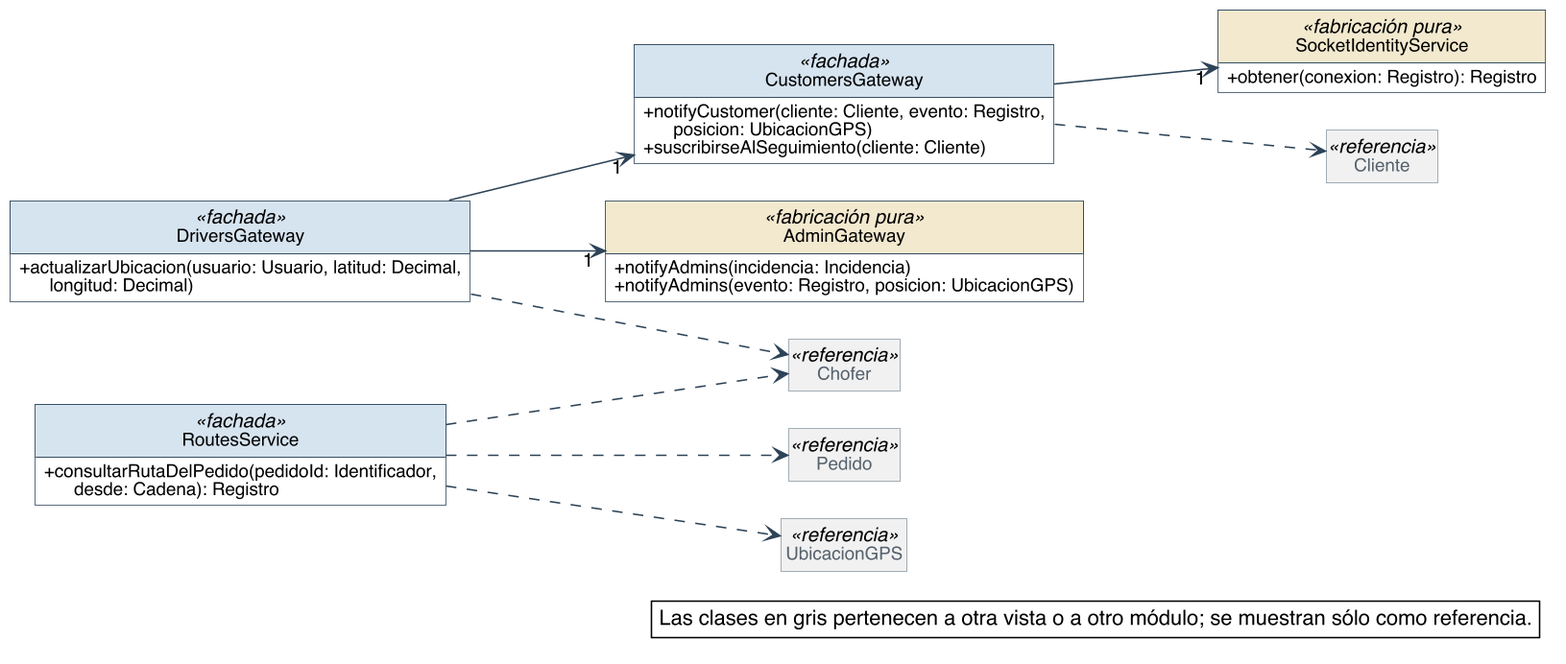
Above: diagramas/clases-diseno/DC_Mod_Tiempo-real.png in Nahuelito-Dev/splg-docs (PlantUML), before the change.
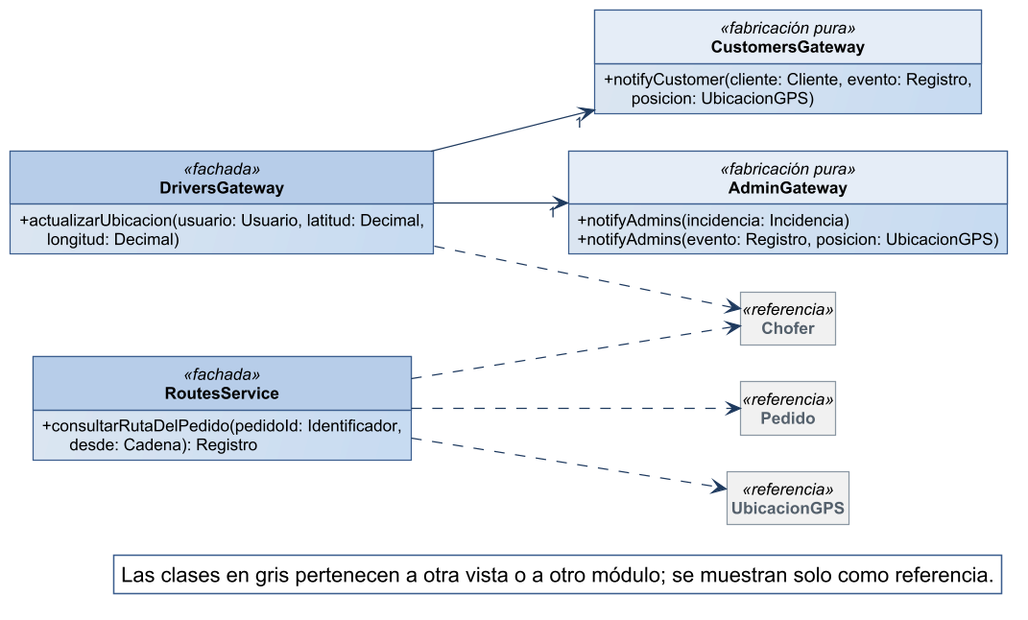
After the commit.

Change to the diagram source:
```diff
@@ -1,59 +1,29 @@
 @startuml
-skinparam backgroundColor #FFFFFF
-skinparam shadowing false
-skinparam defaultFontName Helvetica
-skinparam defaultFontSize 13
-skinparam dpi 150
+!include ../estilo-vp.iuml
 skinparam nodesep 40
 skinparam ranksep 55
-skinparam classAttributeIconSize 0
-skinparam roundCorner 0
 skinparam genericDisplay old
-skinparam class {
-  BorderColor #2C4257
-  BackgroundColor #FFFFFF
-  ArrowColor #2C4257
-  FontSize 14
-  AttributeFontSize 12
-  HeaderBackgroundColor #E8EEF3
-}
 skinparam class<<referencia>> {
   BackgroundColor #F1F1F1
   BorderColor #8A97A3
   FontColor #55616C
 }
 skinparam class<<fachada>> {
-  HeaderBackgroundColor #D6E4F0
+  HeaderBackgroundColor #B7CDE8
 }
 skinparam class<<controlador>> {
-  HeaderBackgroundColor #D6E4F0
+  HeaderBackgroundColor #B7CDE8
 }
 skinparam class<<fabricación pura>> {
-  HeaderBackgroundColor #F3E9CF
+  HeaderBackgroundColor #E4ECF6
 }
 skinparam class<<colección>> {
   HeaderBackgroundColor #E6E6E6
 }
 skinparam class<<adaptador>> {
-  HeaderBackgroundColor #DCEBDD
-}
-skinparam interface {
-  BorderColor #2C4257
-  BackgroundColor #FFFFFF
-  HeaderBackgroundColor #DCEBDD
-  FontSize 14
-  AttributeFontSize 12
-}
-skinparam note {
-  BackgroundColor #FFFFFF
-  BorderColor #2C4257
+  HeaderBackgroundColor #D5E3F3
 }
 skinparam packageStyle rectangle
-skinparam package {
-  BorderColor #8A97A3
-  FontSize 13
-  FontColor #55616C
-}
 hide circle
 hide empty members
 
@@ -63,35 +33,28 @@
 class DriversGateway <<fachada>> {
   + actualizarUbicacion(usuario: Usuario, latitud: Decimal,\n      longitud: Decimal)
 }
-class CustomersGateway <<fachada>> {
+class CustomersGateway <<fabricación pura>> {
   + notifyCustomer(cliente: Cliente, evento: Registro,\n      posicion: UbicacionGPS)
-  + suscribirseAlSeguimiento(cliente: Cliente)
 }
 class AdminGateway <<fabricación pura>> {
   + notifyAdmins(incidencia: Incidencia)
   + notifyAdmins(evento: Registro, posicion: UbicacionGPS)
 }
-class SocketIdentityService <<fabricación pura>> {
-  + obtener(conexion: Registro): Registro
-}
 class RoutesService <<fachada>> {
   + consultarRutaDelPedido(pedidoId: Identificador,\n      desde: Cadena): Registro
 }
-class Cliente <<referencia>>
 class Chofer <<referencia>>
 class Pedido <<referencia>>
 class UbicacionGPS <<referencia>>
 
-CustomersGateway --> "1" SocketIdentityService
 DriversGateway --> "1" AdminGateway
 DriversGateway --> "1" CustomersGateway
-CustomersGateway ..> Cliente
 DriversGateway ..> Chofer
 RoutesService ..> Chofer
 RoutesService ..> Pedido
 RoutesService ..> UbicacionGPS
 
 legend bottom right
-  Las clases en gris pertenecen a otra vista o a otro módulo; se muestran sólo como referencia.
+  Las clases en gris pertenecen a otra vista o a otro módulo; se muestran solo como referencia.
 endlegend
 @enduml
```
